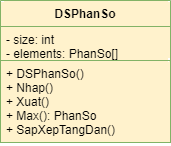
The draw.io diagram labs/02-classes-and-objects/src/PhanSo/DSPhanSo.png in nd-hung/oop, before a commit. Source tidied: cells renumbered, new cells last; positions are measured from the earlier drawing's top-left corner, leaving out a move shared by most shapes.
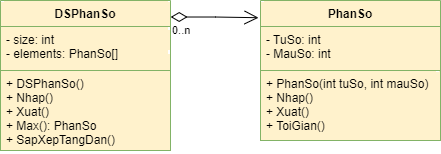
Above is the later version.

Commit message:
update UML diagram

Diff of the diagram source:
```diff
@@ -3,16 +3,34 @@
     <mxCell id="0" />
     <mxCell id="1" parent="0" />
     <mxCell id="2" value="DSPhanSo" style="swimlane;fontStyle=1;align=center;verticalAlign=top;horizontal=1;startSize=26;fillColor=#FFF2CC;strokeColor=#82b366;" parent="1" vertex="1">
-      <mxGeometry width="170" height="142" as="geometry" />
+      <mxGeometry width="170" height="150" as="geometry" />
     </mxCell>
     <mxCell id="3" value="- size: int&#10;- elements: PhanSo[]" style="text;strokeColor=#82b366;fillColor=#FFF2CC;align=left;verticalAlign=top;spacingLeft=4;spacingRight=4;overflow=hidden;" parent="2" vertex="1">
-      <mxGeometry y="26" width="170" height="34" as="geometry" />
+      <mxGeometry y="26" width="170" height="44" as="geometry" />
     </mxCell>
     <mxCell id="4" style="line;strokeWidth=1;fillColor=#FFF2CC;align=left;verticalAlign=middle;spacingTop=-1;spacingLeft=3;spacingRight=3;labelPosition=right;strokeColor=#82b366;" parent="2" vertex="1">
-      <mxGeometry y="60" width="170" as="geometry" />
+      <mxGeometry y="70" width="170" as="geometry" />
     </mxCell>
     <mxCell id="5" value="+ DSPhanSo()&#10;+ Nhap()&#10;+ Xuat()&#10;+ Max(): PhanSo&#10;+ SapXepTangDan()&#10;" style="text;strokeColor=#82b366;fillColor=#FFF2CC;align=left;verticalAlign=top;spacingLeft=4;spacingRight=4;overflow=hidden;" parent="2" vertex="1">
-      <mxGeometry y="60" width="170" height="82" as="geometry" />
+      <mxGeometry y="70" width="170" height="80" as="geometry" />
     </mxCell>
+    <mxCell id="6" value="PhanSo" style="swimlane;fontStyle=1;align=center;verticalAlign=top;horizontal=1;startSize=26;fillColor=#FFF2CC;strokeColor=#82b366;" parent="1" vertex="1">
+      <mxGeometry x="260" width="180" height="140" as="geometry" />
+    </mxCell>
+    <mxCell id="7" value="- TuSo: int&#10;- MauSo: int" style="text;strokeColor=#82b366;fillColor=#FFF2CC;align=left;verticalAlign=top;spacingLeft=4;spacingRight=4;overflow=hidden;" parent="6" vertex="1">
+      <mxGeometry y="26" width="180" height="44" as="geometry" />
+    </mxCell>
+    <mxCell id="8" style="line;strokeWidth=1;fillColor=#FFF2CC;align=left;verticalAlign=middle;spacingTop=-1;spacingLeft=3;spacingRight=3;labelPosition=right;strokeColor=#82b366;" parent="6" vertex="1">
+      <mxGeometry y="70" width="180" as="geometry" />
+    </mxCell>
+    <mxCell id="9" value="+ PhanSo(int tuSo, int mauSo)&#10;+ Nhap()&#10;+ Xuat()&#10;+ ToiGian()&#10;" style="text;strokeColor=#82b366;fillColor=#FFF2CC;align=left;verticalAlign=top;spacingLeft=4;spacingRight=4;overflow=hidden;" parent="6" vertex="1">
+      <mxGeometry y="70" width="180" height="70" as="geometry" />
+    </mxCell>
+    <mxCell id="10" style="endArrow=open;html=1;endSize=12;startArrow=diamondThin;startSize=14;startFill=0;edgeStyle=orthogonalEdgeStyle;rounded=0;entryX=-0.011;entryY=0.123;entryDx=0;entryDy=0;entryPerimeter=0;exitX=1.001;exitY=0.11;exitDx=0;exitDy=0;exitPerimeter=0;" parent="1" edge="1" source="2" target="6">
+      <mxGeometry relative="1" as="geometry" />
+    </mxCell>
+    <mxCell id="11" value="0..n" style="edgeLabel;html=1;align=left;verticalAlign=top;fillColor=#FFF2CC;" parent="10" vertex="1">
+      <mxGeometry x="-1" relative="1" as="geometry" />
+    </mxCell>
   </root>
 </mxGraphModel>
```
